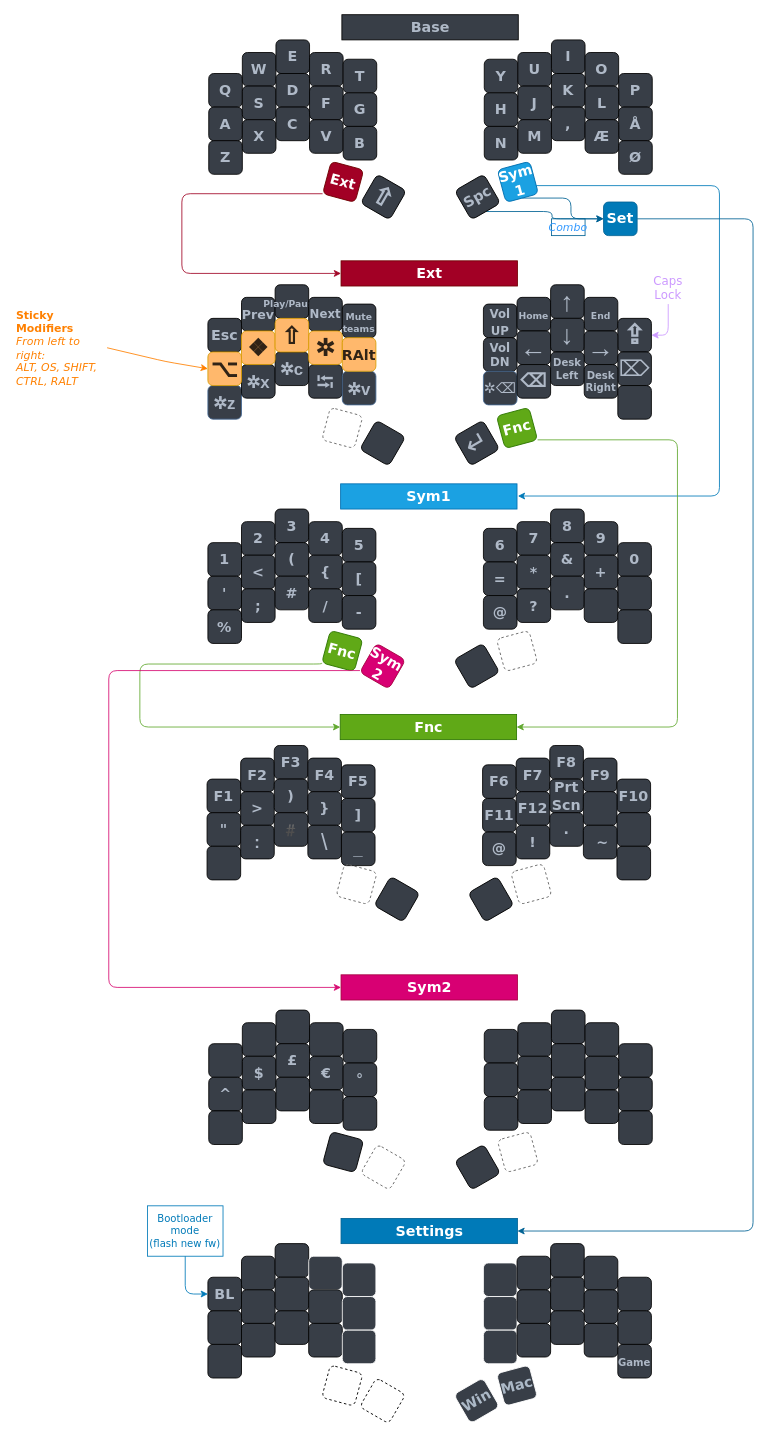
This is Palm Keyboard Layout.drawio from henrik-palm/zmk-urchin, a draw.io file, before an edit. Source tidied: cells renumbered, new cells numbered last; positions are measured from the earlier drawing's top-left corner, leaving out a move shared by most shapes. Both pictures are drawn from the tidied source at 84%, with x=0, y=0 at pixel (14, 14).
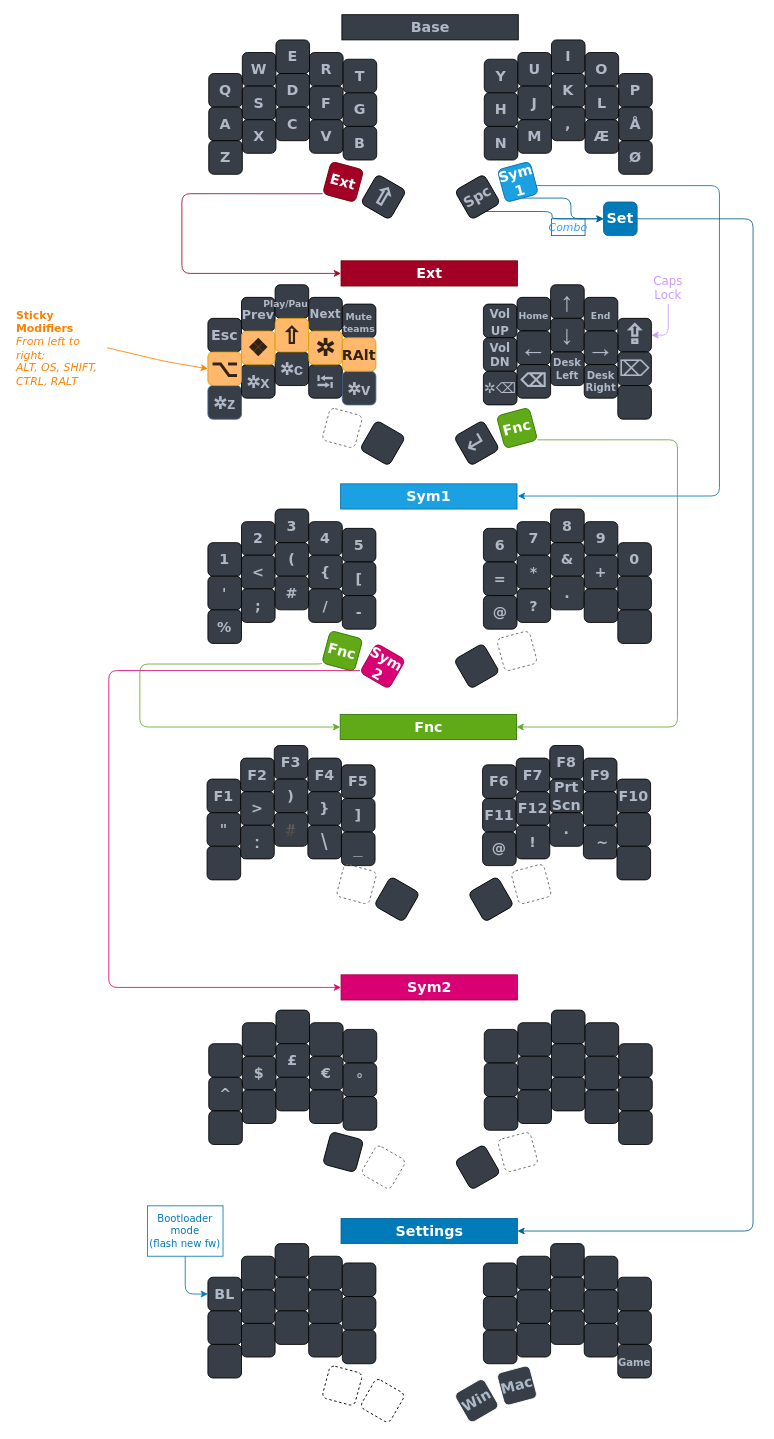
The same diagram, later.

The edit, as a diff of the source:
```diff
@@
-    <mxCell id="138" value="&lt;span style=&quot;caret-color: rgb(175, 185, 199); color: rgb(175, 185, 199); font-size: 17px; font-weight: 400; font-family: &amp;quot;segoe ui emoji&amp;quot;, &amp;quot;apple color emoji&amp;quot;, &amp;quot;noto color emoji&amp;quot;;&quot;&gt;✲&lt;/span&gt;&lt;span style=&quot;caret-color: rgb(175, 185, 199); color: rgb(175, 185, 199); font-size: 17px; font-weight: 400; font-family: &amp;quot;segoe ui emoji&amp;quot;, &amp;quot;apple color emoji&amp;quot;, &amp;quot;noto color emoji&amp;quot;;&quot;&gt;⌫&lt;/span&gt;" style="whiteSpace=wrap;html=1;fontSize=14;fontFamily=Verdana;fontStyle=1;fillColor=#383E47;strokeColor=#456893;fontColor=#090e14;rounded=1;" parent="1" vertex="1">
+    <mxCell id="138" value="&lt;span style=&quot;caret-color: rgb(175, 185, 199); color: rgb(175, 185, 199); font-size: 17px; font-weight: 400; font-family: &amp;quot;segoe ui emoji&amp;quot;, &amp;quot;apple color emoji&amp;quot;, &amp;quot;noto color emoji&amp;quot;;&quot;&gt;✲&lt;/span&gt;&lt;span style=&quot;caret-color: rgb(175, 185, 199); color: rgb(175, 185, 199); font-size: 17px; font-weight: 400; font-family: &amp;quot;segoe ui emoji&amp;quot;, &amp;quot;apple color emoji&amp;quot;, &amp;quot;noto color emoji&amp;quot;;&quot;&gt;⌫&lt;/span&gt;" style="whiteSpace=wrap;html=1;fontSize=14;fontFamily=Verdana;fontStyle=1;fillColor=#383E47;strokeColor=#000000;fontColor=#090e14;rounded=1;" parent="1" vertex="1">
       <mxGeometry x="558" y="424.5" width="40" height="40" as="geometry" />
     </mxCell>
@@
-    <mxCell id="155" style="whiteSpace=wrap;html=1;fontSize=13;fontFamily=Verdana;fontStyle=1;fontColor=#FFFFFF;fillColor=light-dark(#383E47,#B4B9C1);rounded=1;strokeColor=light-dark(#FFFFFF,#FFFFFF);" parent="1" vertex="1">
+    <mxCell id="155" style="whiteSpace=wrap;html=1;fontSize=13;fontFamily=Verdana;fontStyle=1;fontColor=#FFFFFF;fillColor=light-dark(#383E47,#B4B9C1);rounded=1;strokeColor=light-dark(#000000,#FFFFFF);" parent="1" vertex="1">
       <mxGeometry x="350" y="1478" width="40" height="40" as="geometry" />
     </mxCell>
-    <mxCell id="156" style="whiteSpace=wrap;html=1;fontSize=16;fontFamily=Verdana;fontStyle=1;fontColor=#FFFFFF;fillColor=light-dark(#383E47,#B4B9C1);rounded=1;strokeColor=light-dark(#FFFFFF,#FFFFFF);" parent="1" vertex="1">
+    <mxCell id="156" style="whiteSpace=wrap;html=1;fontSize=16;fontFamily=Verdana;fontStyle=1;fontColor=#FFFFFF;fillColor=light-dark(#383E47,#B4B9C1);rounded=1;strokeColor=light-dark(#000000,#FFFFFF);" parent="1" vertex="1">
       <mxGeometry x="390" y="1486" width="40" height="40" as="geometry" />
     </mxCell>
@@
-    <mxCell id="161" style="whiteSpace=wrap;html=1;fontSize=16;fontFamily=Verdana;fontStyle=1;fontColor=#FFFFFF;fillColor=light-dark(#383E47,#B4B9C1);rounded=1;strokeColor=light-dark(#FFFFFF,#FFFFFF);" parent="1" vertex="1">
+    <mxCell id="161" style="whiteSpace=wrap;html=1;fontSize=16;fontFamily=Verdana;fontStyle=1;fontColor=#FFFFFF;fillColor=light-dark(#383E47,#B4B9C1);rounded=1;strokeColor=light-dark(#000000,#FFFFFF);" parent="1" vertex="1">
       <mxGeometry x="390" y="1526" width="40" height="40" as="geometry" />
     </mxCell>
@@
-    <mxCell id="166" style="whiteSpace=wrap;html=1;fontSize=16;fontFamily=Verdana;fontStyle=1;fontColor=#FFFFFF;fillColor=light-dark(#383E47,#B4B9C1);rounded=1;strokeColor=light-dark(#FFFFFF,#FFFFFF);" parent="1" vertex="1">
+    <mxCell id="166" style="whiteSpace=wrap;html=1;fontSize=16;fontFamily=Verdana;fontStyle=1;fontColor=#FFFFFF;fillColor=light-dark(#383E47,#B4B9C1);rounded=1;strokeColor=light-dark(#000000,#FFFFFF);" parent="1" vertex="1">
       <mxGeometry x="390" y="1566" width="40" height="40" as="geometry" />
     </mxCell>
@@
-    <mxCell id="169" style="whiteSpace=wrap;html=1;fontSize=16;fontFamily=Verdana;fontStyle=1;fontColor=#FFFFFF;fillColor=light-dark(#383E47,#B4B9C1);rounded=1;strokeColor=light-dark(#FFFFFF,#FFFFFF);" parent="1" vertex="1">
+    <mxCell id="169" style="whiteSpace=wrap;html=1;fontSize=16;fontFamily=Verdana;fontStyle=1;fontColor=#FFFFFF;fillColor=light-dark(#383E47,#B4B9C1);rounded=1;strokeColor=light-dark(#000000,#FFFFFF);" parent="1" vertex="1">
       <mxGeometry x="558" y="1486" width="40" height="40" as="geometry" />
     </mxCell>
@@
-    <mxCell id="174" style="whiteSpace=wrap;html=1;fontSize=16;fontFamily=Verdana;fontStyle=1;fontColor=#FFFFFF;fillColor=light-dark(#383E47,#B4B9C1);rounded=1;strokeColor=light-dark(#FFFFFF,#FFFFFF);" parent="1" vertex="1">
+    <mxCell id="174" style="whiteSpace=wrap;html=1;fontSize=16;fontFamily=Verdana;fontStyle=1;fontColor=#FFFFFF;fillColor=light-dark(#383E47,#B4B9C1);rounded=1;strokeColor=light-dark(#000000,#FFFFFF);" parent="1" vertex="1">
       <mxGeometry x="558" y="1526" width="40" height="40" as="geometry" />
     </mxCell>
@@
-    <mxCell id="179" style="whiteSpace=wrap;html=1;fontSize=16;fontFamily=Verdana;fontStyle=1;fontColor=#FFFFFF;fillColor=light-dark(#383E47,#B4B9C1);rounded=1;strokeColor=light-dark(#FFFFFF,#FFFFFF);" parent="1" vertex="1">
+    <mxCell id="179" style="whiteSpace=wrap;html=1;fontSize=16;fontFamily=Verdana;fontStyle=1;fontColor=#FFFFFF;fillColor=light-dark(#383E47,#B4B9C1);rounded=1;strokeColor=light-dark(#000000,#FFFFFF);" parent="1" vertex="1">
       <mxGeometry x="558" y="1566" width="40" height="40" as="geometry" />
     </mxCell>
```
